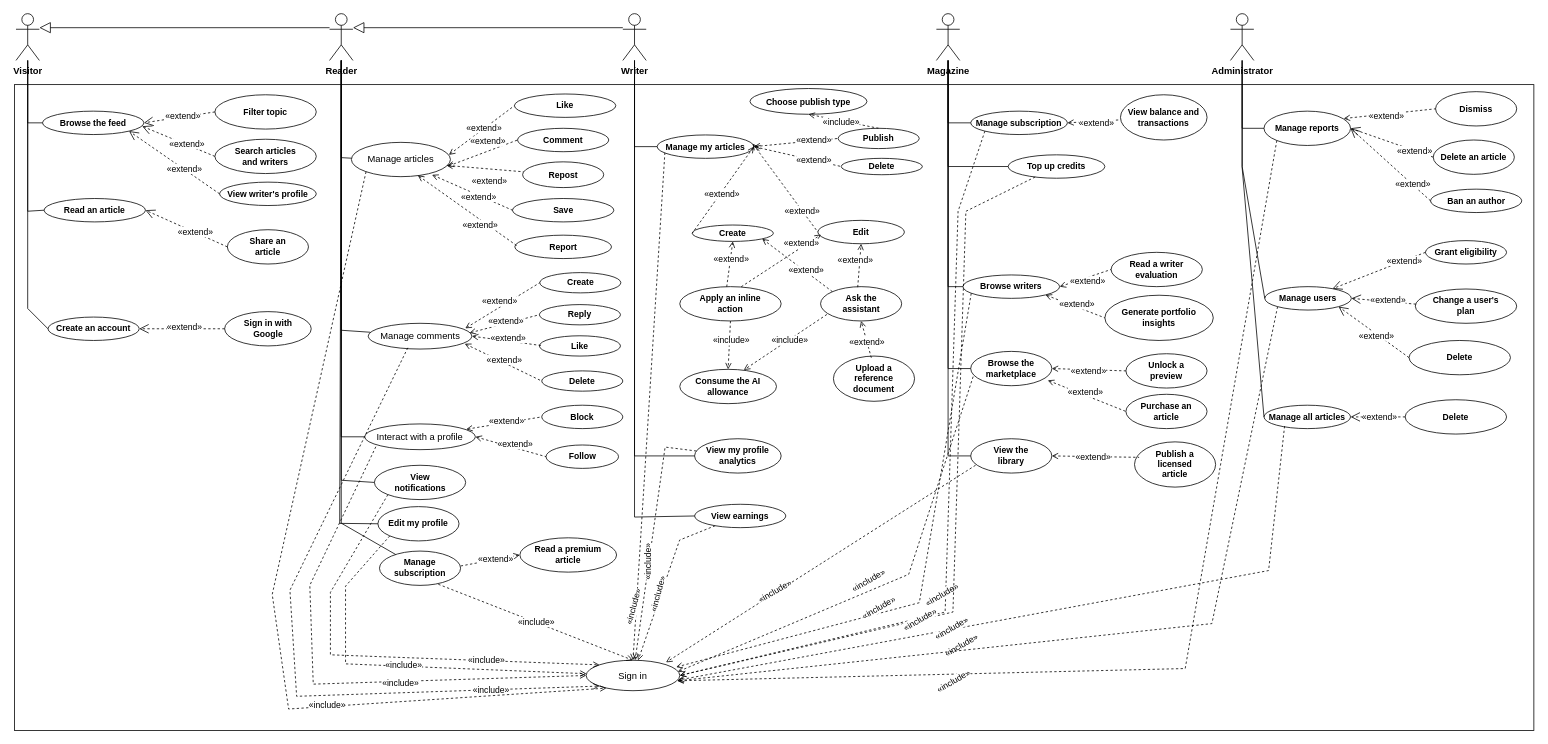
Earlier version of the draw.io diagram diagrams/fig-1-11-use-case-global/fig-1-11-use-case-global.drawio (inkwell-dev/spec.inkwell.ai). Source tidied: cells renumbered, new cells numbered last; positions are measured from the earlier drawing's top-left corner, leaving out a move shared by most shapes. Both pictures are drawn from the tidied source at 78%, with x=0, y=0 at pixel (14, 13).
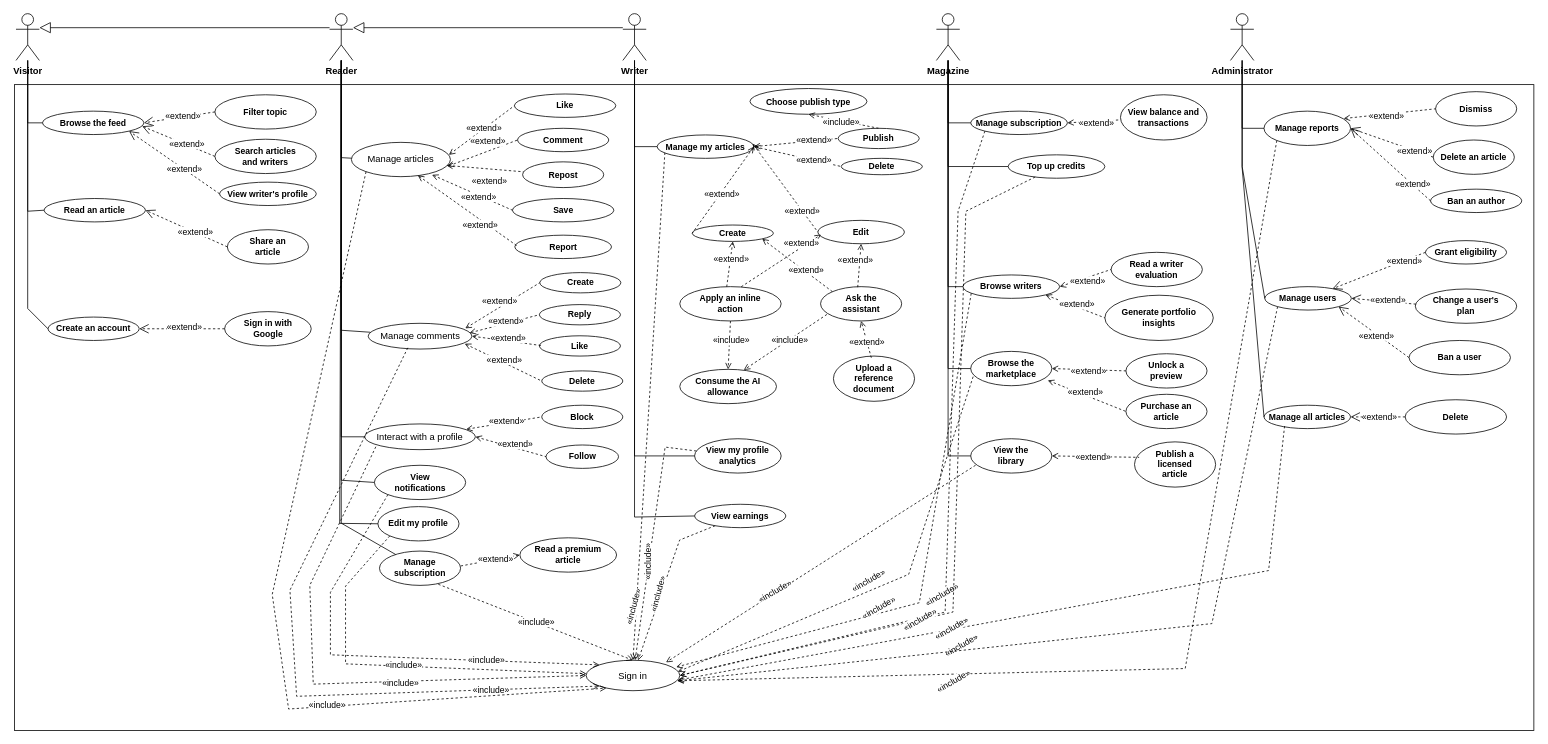
Above is the later version.

Commit message (it also covers changes not shown here):
docs(diagrams): ban a user, and the Sprint 5 administrator use cases

What changed in the source:
```diff
@@
-    <mxCell id="183" value="Delete" style="ellipse;whiteSpace=wrap;html=1;fillColor=#FFFFFF;strokeColor=#000000;fontStyle=1;fontSize=11;fontFamily=Helvetica;fontColor=#000000;" parent="1" vertex="1">
+    <mxCell id="183" value="Ban a user" style="ellipse;whiteSpace=wrap;html=1;fillColor=#FFFFFF;strokeColor=#000000;fontStyle=1;fontSize=11;fontFamily=Helvetica;fontColor=#000000;" parent="1" vertex="1">
       <mxGeometry x="1788" y="419" width="130" height="44" as="geometry" />
     </mxCell>
```
